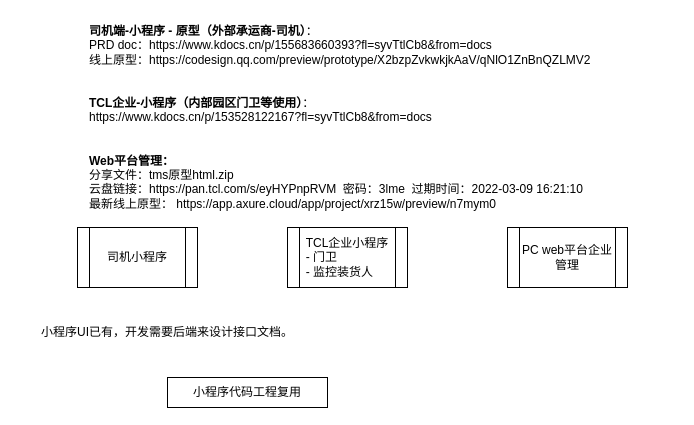
Before: page "触点端" (1 of 11) of TMS.drawio in lawplus/diagrams, a draw.io diagram. Source tidied: cells renumbered, new cells numbered last; positions are measured from the earlier drawing's top-left corner, leaving out a move shared by most shapes. Both pictures are drawn from the tidied source at 100%, with x=0, y=0 at pixel (17, 17).
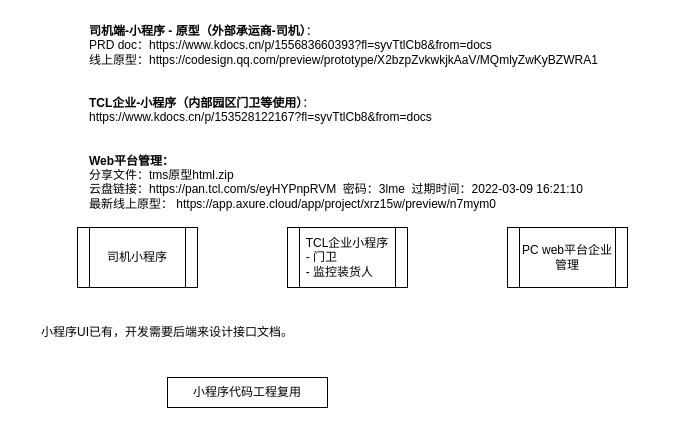
The same diagram, later.

The edit, as a diff of the source:
```diff
@@
 <mxGraphModel>
   <root>
     <mxCell id="0" />
     <mxCell id="1" parent="0" />
-    <mxCell id="2" value="&lt;b&gt;司机端-小程序 - 原型（外部承运商-司机）&lt;/b&gt;：&amp;nbsp;&lt;br&gt;PRD doc：https://www.kdocs.cn/p/155683660393?fl=syvTtlCb8&amp;amp;from=docs &lt;br&gt;线上原型：https://codesign.qq.com/preview/prototype/X2bzpZvkwkjkAaV/qNlO1ZnBnQZLMV2&lt;br&gt;&lt;br&gt;&lt;br&gt;&lt;b&gt;TCL企业-小程序（内部园区门卫等使用）&lt;/b&gt;：&lt;br&gt;https://www.kdocs.cn/p/153528122167?fl=syvTtlCb8&amp;amp;from=docs&lt;br&gt;&lt;br&gt;&lt;br&gt;&lt;b&gt;Web平台管理：&lt;/b&gt;&lt;br&gt;&lt;div&gt;分享文件：tms原型html.zip&lt;/div&gt;&lt;div&gt;云盘链接：https://pan.tcl.com/s/eyHYPnpRVM&amp;nbsp; 密码：3lme&amp;nbsp; 过期时间：2022-03-09 16:21:10&lt;/div&gt;&lt;div&gt;最新线上原型：&amp;nbsp;https://app.axure.cloud/app/project/xrz15w/preview/n7mym0&lt;/div&gt;" style="text;whiteSpace=wrap;html=1;" parent="1" vertex="1">
+    <mxCell id="2" value="&lt;b&gt;司机端-小程序 - 原型（外部承运商-司机）&lt;/b&gt;：&amp;nbsp;&lt;br&gt;PRD doc：https://www.kdocs.cn/p/155683660393?fl=syvTtlCb8&amp;amp;from=docs &lt;br&gt;线上原型：https://codesign.qq.com/preview/prototype/X2bzpZvkwkjkAaV/MQmlyZwKyBZWRA1&lt;br&gt;&lt;br&gt;&lt;br&gt;&lt;b&gt;TCL企业-小程序（内部园区门卫等使用）&lt;/b&gt;：&lt;br&gt;https://www.kdocs.cn/p/153528122167?fl=syvTtlCb8&amp;amp;from=docs&lt;br&gt;&lt;br&gt;&lt;br&gt;&lt;b&gt;Web平台管理：&lt;/b&gt;&lt;br&gt;&lt;div&gt;分享文件：tms原型html.zip&lt;/div&gt;&lt;div&gt;云盘链接：https://pan.tcl.com/s/eyHYPnpRVM&amp;nbsp; 密码：3lme&amp;nbsp; 过期时间：2022-03-09 16:21:10&lt;/div&gt;&lt;div&gt;最新线上原型：&amp;nbsp;https://app.axure.cloud/app/project/xrz15w/preview/n7mym0&lt;/div&gt;" style="text;whiteSpace=wrap;html=1;" parent="1" vertex="1">
       <mxGeometry x="70" width="590" height="200" as="geometry" />
     </mxCell>
     <mxCell id="3" value="司机小程序" style="shape=process;whiteSpace=wrap;html=1;backgroundOutline=1;" parent="1" vertex="1">
       <mxGeometry x="60" y="210" width="120" height="60" as="geometry" />
     </mxCell>
     <mxCell id="4" value="TCL企业小程序&lt;br&gt;&lt;div style=&quot;text-align: left&quot;&gt;&lt;span&gt;- 门卫&lt;/span&gt;&lt;/div&gt;&lt;div style=&quot;text-align: left&quot;&gt;&lt;span&gt;- 监控装货人&lt;/span&gt;&lt;/div&gt;" style="shape=process;whiteSpace=wrap;html=1;backgroundOutline=1;" parent="1" vertex="1">
       <mxGeometry x="270" y="210" width="120" height="60" as="geometry" />
     </mxCell>
     <mxCell id="5" value="小程序代码工程复用" style="rounded=0;whiteSpace=wrap;html=1;" parent="1" vertex="1">
       <mxGeometry x="150" y="360" width="160" height="30" as="geometry" />
     </mxCell>
     <mxCell id="6" value="PC web平台企业管理" style="shape=process;whiteSpace=wrap;html=1;backgroundOutline=1;" parent="1" vertex="1">
       <mxGeometry x="490" y="210" width="120" height="60" as="geometry" />
     </mxCell>
     <mxCell id="7" value="小程序UI已有，开发需要后端来设计接口文档。" style="text;html=1;strokeColor=none;fillColor=none;align=center;verticalAlign=middle;whiteSpace=wrap;rounded=0;" parent="1" vertex="1">
       <mxGeometry y="300" width="300" height="30" as="geometry" />
     </mxCell>
   </root>
 </mxGraphModel>
```
